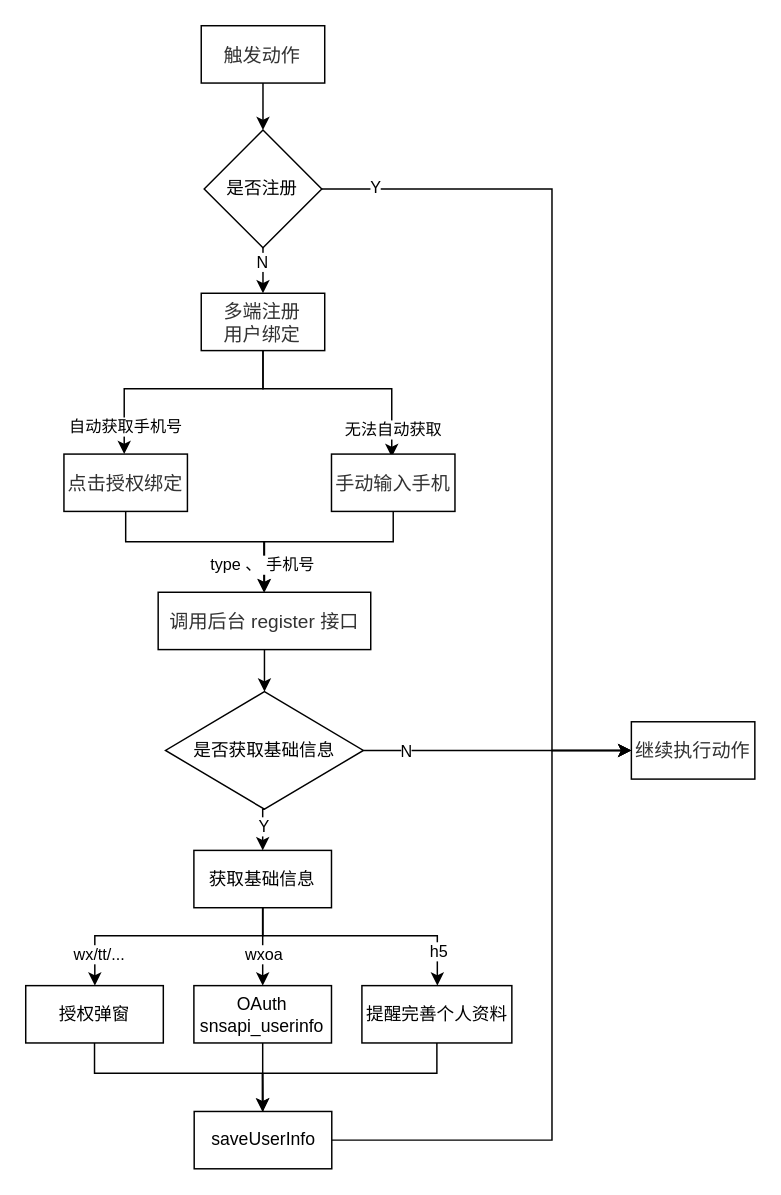
The draw.io diagram page "注册" (2 of 2) of Other/Untitled Diagram.drawio in JerryWen1994/Blog, before the edit. Source tidied: cells renumbered, new cells numbered last; positions are measured from the earlier drawing's top-left corner, leaving out a move shared by most shapes. Both pictures are drawn from the tidied source at 147%, with x=0, y=0 at pixel (25, 25).
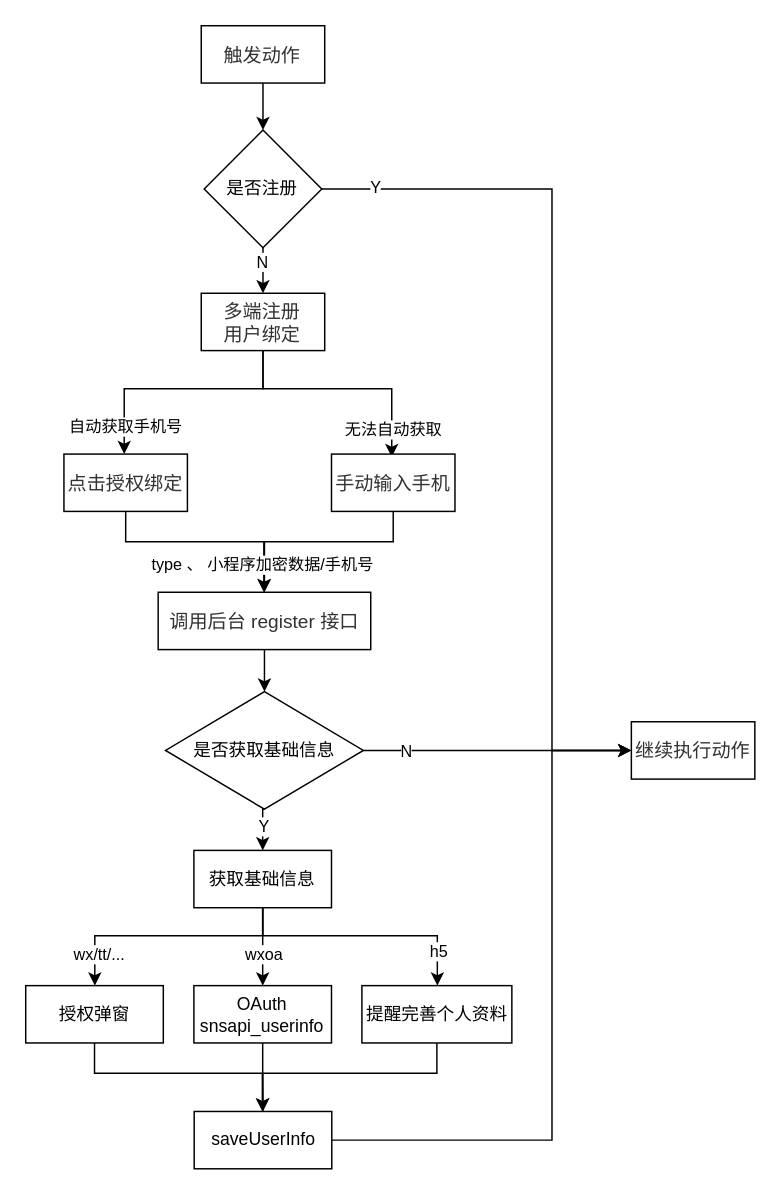
The same page after the edit.

The change refers to these unchanged cells:
```xml
<mxCell id="9" style="edgeStyle=orthogonalEdgeStyle;rounded=0;jettySize=auto;html=1;exitX=0.5;exitY=1;exitDx=0;exitDy=0;" parent="1" edge="1" source="11" target="13">
  <mxGeometry relative="1" as="geometry">
    <Array as="points">
      <mxPoint x="250" y="351" />
      <mxPoint x="162" y="351" />
    </Array>
  </mxGeometry>
</mxCell>
```

What changed in the source:
```diff
@@
-    <mxCell id="10" value="type 、 手机号" style="edgeLabel;html=1;align=center;verticalAlign=middle;" parent="9" vertex="1">
+    <mxCell id="10" value="type 、 小程序加密数据/手机号" style="edgeLabel;html=1;align=center;verticalAlign=middle;" parent="9" vertex="1">
       <mxGeometry x="0.74" y="-2" relative="1" as="geometry" />
     </mxCell>
```
